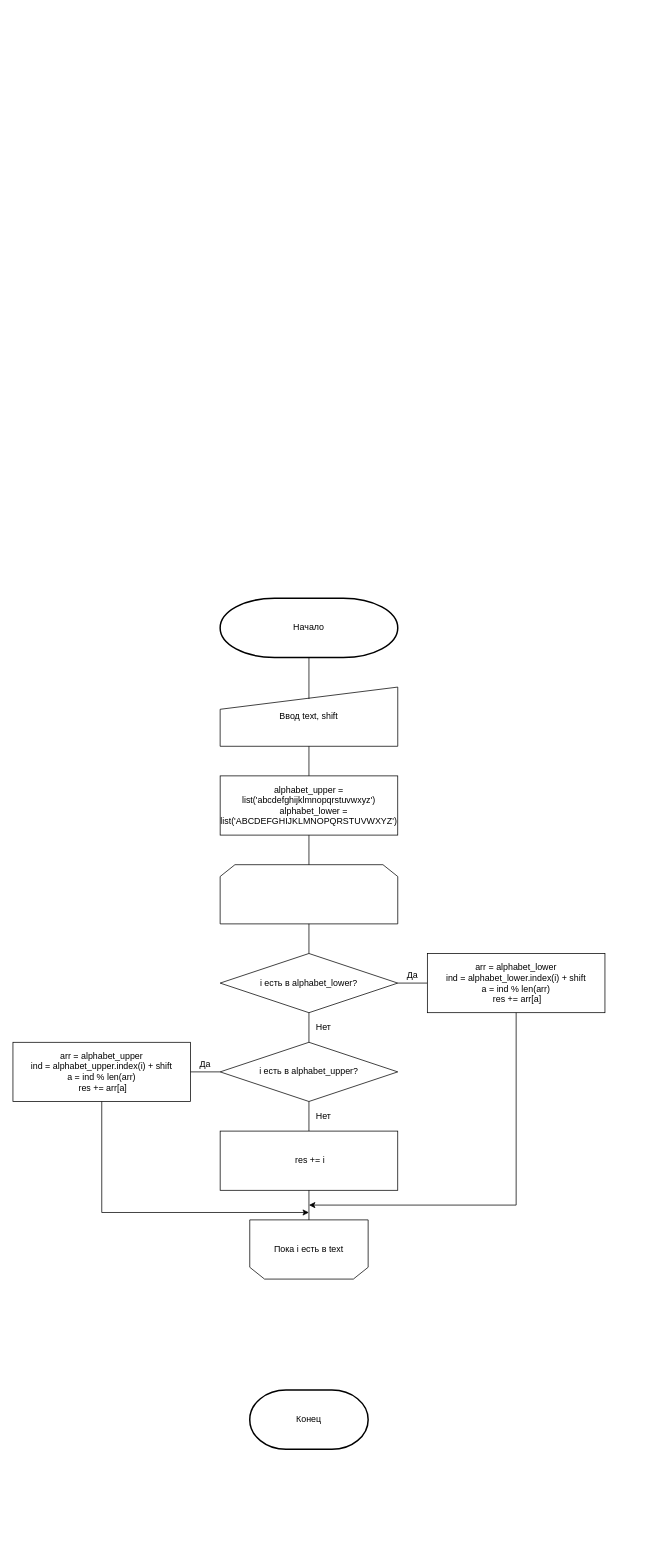
This is Untitled Diagram.drawio from AdepteXiao/education, a draw.io file, before an edit. Source tidied: cells renumbered, new cells numbered last; positions are measured from the earlier drawing's top-left corner, leaving out a move shared by most shapes. Both pictures are drawn from the tidied source at 74%, with x=0, y=0 at pixel (13, 598).
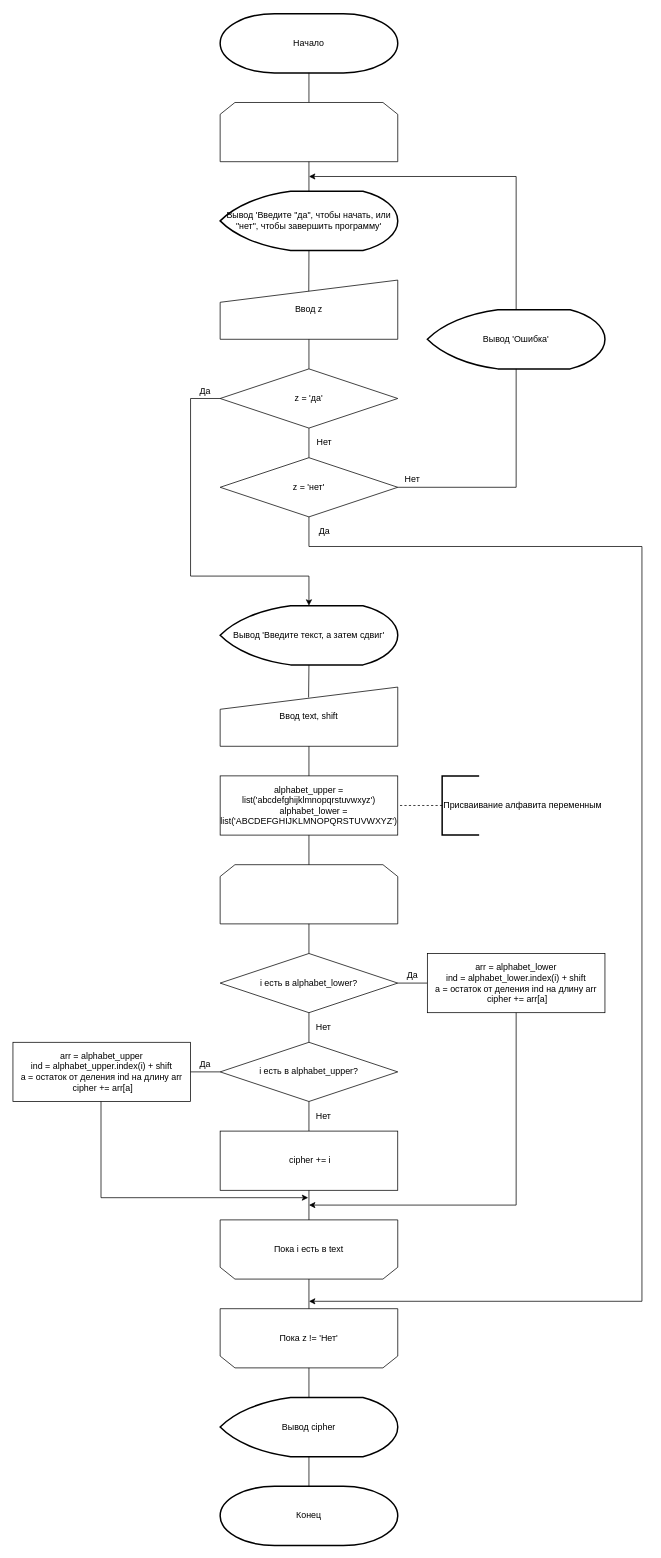
Above is the later version.

Unchanged cells that the change refers to:
```xml
<mxCell id="4" value="Ввод text, shift" style="shape=manualInput;whiteSpace=wrap;html=1;" parent="1" vertex="1">
  <mxGeometry x="280" y="120" width="240" height="80" as="geometry" />
</mxCell>
<mxCell id="11" value="i есть в alphabet_lower?" style="rhombus;whiteSpace=wrap;html=1;" parent="1" vertex="1">
  <mxGeometry x="280" y="480" width="240" height="80" as="geometry" />
</mxCell>
<mxCell id="12" value="i есть в alphabet_upper?" style="rhombus;whiteSpace=wrap;html=1;" parent="1" vertex="1">
  <mxGeometry x="280" y="600" width="240" height="80" as="geometry" />
</mxCell>
```

What changed in the source:
```diff
@@
     <mxCell id="2" value="Начало" style="strokeWidth=2;html=1;shape=mxgraph.flowchart.terminator;whiteSpace=wrap;" parent="1" vertex="1">
-      <mxGeometry x="280" width="240" height="80" as="geometry" />
+      <mxGeometry x="280" y="-790" width="240" height="80" as="geometry" />
     </mxCell>
     <mxCell id="3" value="Конец" style="strokeWidth=2;html=1;shape=mxgraph.flowchart.terminator;whiteSpace=wrap;" parent="1" vertex="1">
-      <mxGeometry x="320" y="1070" width="160" height="80" as="geometry" />
+      <mxGeometry x="280" y="1200" width="240" height="80" as="geometry" />
     </mxCell>
@@
     <mxCell id="5" style="endArrow=none;html=1;entryX=0.5;entryY=1;entryDx=0;entryDy=0;entryPerimeter=0;" parent="1" edge="1" target="2">
       <mxGeometry relative="1" as="geometry">
-        <mxPoint x="400" y="136" as="sourcePoint" />
+        <mxPoint x="400" y="-670" as="sourcePoint" />
       </mxGeometry>
     </mxCell>
@@
     <mxCell id="7" value="Пока i есть в text" style="shape=loopLimit;whiteSpace=wrap;html=1;flipH=0;flipV=1;" parent="1" vertex="1">
-      <mxGeometry x="320" y="840" width="160" height="80" as="geometry" />
+      <mxGeometry x="280" y="840" width="240" height="80" as="geometry" />
     </mxCell>
-    <mxCell id="8" style="endArrow=none;html=1;entryX=0.5;entryY=1;entryDx=0;entryDy=0;exitX=0.5;exitY=0;exitDx=0;exitDy=0;" parent="1" edge="1" source="10" target="4">
-      <mxGeometry relative="1" as="geometry" />
-    </mxCell>
@@
-    <mxCell id="10" value="&lt;div&gt;alphabet_upper = list('abcdefghijklmnopqrstuvwxyz')&lt;/div&gt;&lt;div&gt;&amp;nbsp; &amp;nbsp; alphabet_lower = list('ABCDEFGHIJKLMNOPQRSTUVWXYZ')&lt;/div&gt;" style="rounded=0;whiteSpace=wrap;html=1;" parent="1" vertex="1">
+    <mxCell id="10" value="&lt;div&gt;alphabet_upper = list('abcdefghijklmnopqrstuvwxyz')&lt;/div&gt;&lt;div&gt;&amp;nbsp; &amp;nbsp; alphabet_lower = list('ABCDEFGHIJKLMNOPQRSTUVWXYZ')&lt;/div&gt;" style="whiteSpace=wrap;html=1;" parent="1" vertex="1">
       <mxGeometry x="280" y="240" width="240" height="80" as="geometry" />
     </mxCell>
@@
-    <mxCell id="15" style="endArrow=none;html=1;entryX=1;entryY=0.5;entryDx=0;entryDy=0;exitX=0;exitY=0.5;exitDx=0;exitDy=0;" parent="1" edge="1" source="16" target="11">
-      <mxGeometry relative="1" as="geometry" />
+    <mxCell id="15" style="endArrow=none;html=1;entryX=1;entryY=0.5;entryDx=0;entryDy=0;exitX=0;exitY=0.5;exitDx=0;exitDy=0;" parent="1" edge="1" target="11">
+      <mxGeometry relative="1" as="geometry">
+        <mxPoint x="560" y="520" as="sourcePoint" />
+      </mxGeometry>
     </mxCell>
-    <mxCell id="16" value="arr = alphabet_lower&lt;br&gt;ind = alphabet_lower.index(i) + shift&lt;br&gt;a = ind % len(arr)&lt;br&gt;&amp;nbsp;res += arr[a]" style="rounded=0;whiteSpace=wrap;html=1;" parent="1" vertex="1">
+    <mxCell id="16" value="arr = alphabet_lower&lt;br&gt;ind = alphabet_lower.index(i) + shift&lt;br&gt;a = остаток от деления ind на длину arr&lt;br&gt;&amp;nbsp;cipher += arr[a]" style="whiteSpace=wrap;html=1;" parent="1" vertex="1">
       <mxGeometry x="560" y="480" width="240" height="80" as="geometry" />
     </mxCell>
-    <mxCell id="17" value="&lt;span&gt;arr = alphabet_upper&lt;/span&gt;&lt;br&gt;&lt;span&gt;ind = alphabet_upper.index(i) + shift&lt;/span&gt;&lt;br&gt;&lt;span&gt;a = ind % len(arr)&lt;/span&gt;&lt;br&gt;&lt;span&gt;&amp;nbsp;res += arr[a]&lt;/span&gt;" style="rounded=0;whiteSpace=wrap;html=1;" parent="1" vertex="1">
+    <mxCell id="17" value="&lt;span&gt;arr = alphabet_upper&lt;/span&gt;&lt;br&gt;&lt;span&gt;ind = alphabet_upper.index(i) + shift&lt;/span&gt;&lt;br&gt;&lt;span&gt;a = остаток от деления ind на длину arr&lt;/span&gt;&lt;br&gt;&lt;span&gt;&amp;nbsp;cipher += arr[a]&lt;/span&gt;" style="whiteSpace=wrap;html=1;" parent="1" vertex="1">
       <mxGeometry y="600" width="240" height="80" as="geometry" />
     </mxCell>
-    <mxCell id="18" style="endArrow=none;html=1;entryX=0.5;entryY=1;entryDx=0;entryDy=0;" parent="1" edge="1" target="16">
+    <mxCell id="18" style="endArrow=none;html=1;entryX=0.5;entryY=1;entryDx=0;entryDy=0;" parent="1" edge="1">
       <mxGeometry relative="1" as="geometry">
         <mxPoint x="680" y="820" as="sourcePoint" />
+        <mxPoint x="680" y="560" as="targetPoint" />
       </mxGeometry>
     </mxCell>
-    <mxCell id="19" style="endArrow=none;html=1;entryX=0;entryY=0.5;entryDx=0;entryDy=0;exitX=1;exitY=0.5;exitDx=0;exitDy=0;" parent="1" edge="1" source="17" target="12">
-      <mxGeometry relative="1" as="geometry" />
+    <mxCell id="19" style="endArrow=none;html=1;entryX=0;entryY=0.5;entryDx=0;entryDy=0;exitX=1;exitY=0.5;exitDx=0;exitDy=0;" parent="1" edge="1" target="12">
+      <mxGeometry relative="1" as="geometry">
+        <mxPoint x="240" y="640" as="sourcePoint" />
+      </mxGeometry>
     </mxCell>
@@
-    <mxCell id="21" value="&lt;span&gt;&amp;nbsp;res += i&lt;/span&gt;" style="rounded=0;whiteSpace=wrap;html=1;" parent="1" vertex="1">
+    <mxCell id="21" value="&lt;span&gt;&amp;nbsp;cipher += i&lt;/span&gt;" style="whiteSpace=wrap;html=1;" parent="1" vertex="1">
       <mxGeometry x="280" y="720" width="240" height="80" as="geometry" />
     </mxCell>
@@
-    <mxCell id="23" style="endArrow=none;html=1;entryX=0.5;entryY=1;entryDx=0;entryDy=0;" parent="1" edge="1" target="17">
+    <mxCell id="23" style="endArrow=none;html=1;" parent="1" edge="1">
       <mxGeometry relative="1" as="geometry">
-        <mxPoint x="120" y="830" as="sourcePoint" />
+        <mxPoint x="119" y="810" as="sourcePoint" />
+        <mxPoint x="119" y="680" as="targetPoint" />
       </mxGeometry>
     </mxCell>
     <mxCell id="24" style="endArrow=classic;html=1;" parent="1" edge="1">
       <mxGeometry relative="1" as="geometry">
-        <mxPoint x="120" y="830" as="sourcePoint" />
-        <mxPoint x="400" y="830" as="targetPoint" />
+        <mxPoint x="119" y="810" as="sourcePoint" />
+        <mxPoint x="399" y="810" as="targetPoint" />
       </mxGeometry>
     </mxCell>
@@
-    <mxCell id="26" value="Да" style="text;html=1;strokeColor=none;fillColor=none;align=center;verticalAlign=middle;whiteSpace=wrap;rounded=0;" parent="1" vertex="1">
+    <mxCell id="26" value="Да" style="text;html=1;strokeColor=none;fillColor=none;align=center;verticalAlign=middle;whiteSpace=wrap;" parent="1" vertex="1">
       <mxGeometry x="520" y="500" width="40" height="20" as="geometry" />
     </mxCell>
-    <mxCell id="27" value="Да" style="text;html=1;strokeColor=none;fillColor=none;align=center;verticalAlign=middle;whiteSpace=wrap;rounded=0;" parent="1" vertex="1">
+    <mxCell id="27" value="Да" style="text;html=1;strokeColor=none;fillColor=none;align=center;verticalAlign=middle;whiteSpace=wrap;" parent="1" vertex="1">
       <mxGeometry x="240" y="620" width="40" height="20" as="geometry" />
     </mxCell>
-    <mxCell id="28" value="Нет" style="text;html=1;strokeColor=none;fillColor=none;align=center;verticalAlign=middle;whiteSpace=wrap;rounded=0;" parent="1" vertex="1">
+    <mxCell id="28" value="Нет" style="text;html=1;strokeColor=none;fillColor=none;align=center;verticalAlign=middle;whiteSpace=wrap;" parent="1" vertex="1">
       <mxGeometry x="400" y="570" width="40" height="20" as="geometry" />
     </mxCell>
-    <mxCell id="29" value="Нет" style="text;html=1;strokeColor=none;fillColor=none;align=center;verticalAlign=middle;whiteSpace=wrap;rounded=0;" parent="1" vertex="1">
+    <mxCell id="29" value="Нет" style="text;html=1;strokeColor=none;fillColor=none;align=center;verticalAlign=middle;whiteSpace=wrap;" parent="1" vertex="1">
       <mxGeometry x="400" y="690" width="40" height="20" as="geometry" />
     </mxCell>
+    <mxCell id="30" style="shape=loopLimit;whiteSpace=wrap;html=1;" parent="1" vertex="1">
+      <mxGeometry x="280" y="-670" width="240" height="80" as="geometry" />
+    </mxCell>
+    <mxCell id="31" style="endArrow=none;html=1;entryX=0.498;entryY=0.175;entryDx=0;entryDy=0;entryPerimeter=0;" parent="1" edge="1" target="4">
+      <mxGeometry relative="1" as="geometry">
+        <mxPoint x="400" y="90" as="sourcePoint" />
+      </mxGeometry>
+    </mxCell>
+    <mxCell id="8" style="endArrow=none;html=1;entryX=0.5;entryY=1;entryDx=0;entryDy=0;exitX=0.5;exitY=0;exitDx=0;exitDy=0;" parent="1" edge="1" source="10" target="4">
+      <mxGeometry relative="1" as="geometry" />
+    </mxCell>
+    <mxCell id="32" value="Вывод cipher" style="strokeWidth=2;html=1;shape=mxgraph.flowchart.display;whiteSpace=wrap;" parent="1" vertex="1">
+      <mxGeometry x="280" y="1080" width="240" height="80" as="geometry" />
+    </mxCell>
+    <mxCell id="33" value="Пока z != 'Нет'" style="shape=loopLimit;whiteSpace=wrap;html=1;flipH=0;flipV=1;" parent="1" vertex="1">
+      <mxGeometry x="280" y="960" width="240" height="80" as="geometry" />
+    </mxCell>
+    <mxCell id="34" style="endArrow=none;html=1;entryX=0.5;entryY=1;entryDx=0;entryDy=0;exitX=0.5;exitY=0;exitDx=0;exitDy=0;" parent="1" edge="1" source="33" target="7">
+      <mxGeometry relative="1" as="geometry" />
+    </mxCell>
+    <mxCell id="35" style="endArrow=none;html=1;exitX=0.5;exitY=1;exitDx=0;exitDy=0;entryX=0.5;entryY=0;entryDx=0;entryDy=0;entryPerimeter=0;" parent="1" edge="1" source="33" target="32">
+      <mxGeometry relative="1" as="geometry" />
+    </mxCell>
+    <mxCell id="36" style="endArrow=none;html=1;entryX=0.5;entryY=1;entryDx=0;entryDy=0;entryPerimeter=0;exitX=0.5;exitY=0;exitDx=0;exitDy=0;exitPerimeter=0;" parent="1" edge="1" source="3" target="32">
+      <mxGeometry relative="1" as="geometry" />
+    </mxCell>
+    <mxCell id="37" value="Вывод 'Введите &quot;да&quot;, чтобы начать, или &quot;нет&quot;, чтобы завершить программу'" style="strokeWidth=2;html=1;shape=mxgraph.flowchart.display;whiteSpace=wrap;" parent="1" vertex="1">
+      <mxGeometry x="280" y="-550" width="240" height="80" as="geometry" />
+    </mxCell>
+    <mxCell id="38" style="endArrow=none;html=1;exitX=0.5;exitY=1;exitDx=0;exitDy=0;" parent="1" edge="1" source="30">
+      <mxGeometry relative="1" as="geometry">
+        <mxPoint x="400" y="-550" as="targetPoint" />
+      </mxGeometry>
+    </mxCell>
+    <mxCell id="39" value="z = 'да'" style="rhombus;whiteSpace=wrap;html=1;" parent="1" vertex="1">
+      <mxGeometry x="280" y="-310" width="240" height="80" as="geometry" />
+    </mxCell>
+    <mxCell id="40" style="endArrow=none;html=1;entryX=0.5;entryY=1;entryDx=0;entryDy=0;entryPerimeter=0;exitX=0.499;exitY=0.215;exitDx=0;exitDy=0;exitPerimeter=0;" parent="1" edge="1" source="43" target="37">
+      <mxGeometry relative="1" as="geometry" />
+    </mxCell>
+    <mxCell id="41" value="z = 'нет'" style="rhombus;whiteSpace=wrap;html=1;" parent="1" vertex="1">
+      <mxGeometry x="280" y="-190" width="240" height="80" as="geometry" />
+    </mxCell>
+    <mxCell id="42" style="endArrow=none;html=1;entryX=0.5;entryY=1;entryDx=0;entryDy=0;exitX=0.5;exitY=0;exitDx=0;exitDy=0;" parent="1" edge="1" source="41" target="39">
+      <mxGeometry relative="1" as="geometry" />
+    </mxCell>
+    <mxCell id="43" value="Ввод z" style="shape=manualInput;whiteSpace=wrap;html=1;" parent="1" vertex="1">
+      <mxGeometry x="280" y="-430" width="240" height="80" as="geometry" />
+    </mxCell>
+    <mxCell id="44" style="endArrow=none;html=1;entryX=0.5;entryY=1;entryDx=0;entryDy=0;exitX=0.5;exitY=0;exitDx=0;exitDy=0;" parent="1" edge="1" source="39" target="43">
+      <mxGeometry relative="1" as="geometry" />
+    </mxCell>
+    <mxCell id="45" value="Вывод 'Ошибка'" style="strokeWidth=2;html=1;shape=mxgraph.flowchart.display;whiteSpace=wrap;" parent="1" vertex="1">
+      <mxGeometry x="560" y="-390" width="240" height="80" as="geometry" />
+    </mxCell>
+    <mxCell id="46" style="endArrow=none;html=1;entryX=0.5;entryY=1;entryDx=0;entryDy=0;entryPerimeter=0;" parent="1" edge="1" target="45">
+      <mxGeometry relative="1" as="geometry">
+        <mxPoint x="680" y="-150" as="sourcePoint" />
+      </mxGeometry>
+    </mxCell>
+    <mxCell id="47" style="endArrow=none;html=1;exitX=1;exitY=0.5;exitDx=0;exitDy=0;" parent="1" edge="1" source="41">
+      <mxGeometry relative="1" as="geometry">
+        <mxPoint x="680" y="-150" as="targetPoint" />
+      </mxGeometry>
+    </mxCell>
+    <mxCell id="48" style="endArrow=classic;html=1;" parent="1" edge="1">
+      <mxGeometry relative="1" as="geometry">
+        <mxPoint x="680" y="-570" as="sourcePoint" />
+        <mxPoint x="400" y="-570" as="targetPoint" />
+      </mxGeometry>
+    </mxCell>
+    <mxCell id="49" style="endArrow=none;html=1;exitX=0.5;exitY=0;exitDx=0;exitDy=0;exitPerimeter=0;" parent="1" edge="1" source="45">
+      <mxGeometry relative="1" as="geometry">
+        <mxPoint x="680" y="-570" as="targetPoint" />
+      </mxGeometry>
+    </mxCell>
+    <mxCell id="50" style="endArrow=none;html=1;entryX=0.5;entryY=1;entryDx=0;entryDy=0;" parent="1" edge="1" target="41">
+      <mxGeometry relative="1" as="geometry">
+        <mxPoint x="400" y="-70" as="sourcePoint" />
+      </mxGeometry>
+    </mxCell>
+    <mxCell id="51" style="endArrow=none;html=1;" parent="1" edge="1">
+      <mxGeometry relative="1" as="geometry">
+        <mxPoint x="850" y="-70" as="sourcePoint" />
+        <mxPoint x="400" y="-70" as="targetPoint" />
+      </mxGeometry>
+    </mxCell>
+    <mxCell id="52" value="Вывод 'Введите текст, а затем сдвиг'" style="strokeWidth=2;html=1;shape=mxgraph.flowchart.display;whiteSpace=wrap;" parent="1" vertex="1">
+      <mxGeometry x="280" y="10" width="240" height="80" as="geometry" />
+    </mxCell>
+    <mxCell id="53" style="endArrow=none;html=1;entryX=0;entryY=0.5;entryDx=0;entryDy=0;" parent="1" edge="1" target="39">
+      <mxGeometry relative="1" as="geometry">
+        <mxPoint x="240" y="-270" as="sourcePoint" />
+      </mxGeometry>
+    </mxCell>
+    <mxCell id="54" style="endArrow=none;html=1;" parent="1" edge="1">
+      <mxGeometry relative="1" as="geometry">
+        <mxPoint x="240" y="-30" as="sourcePoint" />
+        <mxPoint x="240" y="-270" as="targetPoint" />
+      </mxGeometry>
+    </mxCell>
+    <mxCell id="55" style="endArrow=none;html=1;" parent="1" edge="1">
+      <mxGeometry relative="1" as="geometry">
+        <mxPoint x="240" y="-30" as="sourcePoint" />
+        <mxPoint x="400" y="-30" as="targetPoint" />
+      </mxGeometry>
+    </mxCell>
+    <mxCell id="56" style="endArrow=classic;html=1;entryX=0.5;entryY=0;entryDx=0;entryDy=0;entryPerimeter=0;" parent="1" edge="1" target="52">
+      <mxGeometry relative="1" as="geometry">
+        <mxPoint x="400" y="-30" as="sourcePoint" />
+      </mxGeometry>
+    </mxCell>
+    <mxCell id="57" value="Да" style="text;html=1;strokeColor=none;fillColor=none;align=center;verticalAlign=middle;whiteSpace=wrap;rounded=0;" parent="1" vertex="1">
+      <mxGeometry x="240" y="-290" width="40" height="20" as="geometry" />
+    </mxCell>
+    <mxCell id="58" value="Нет" style="text;html=1;strokeColor=none;fillColor=none;align=center;verticalAlign=middle;whiteSpace=wrap;rounded=0;" parent="1" vertex="1">
+      <mxGeometry x="401" y="-220" width="40" height="20" as="geometry" />
+    </mxCell>
+    <mxCell id="59" value="Нет" style="text;html=1;strokeColor=none;fillColor=none;align=center;verticalAlign=middle;whiteSpace=wrap;rounded=0;" parent="1" vertex="1">
+      <mxGeometry x="520" y="-170" width="40" height="20" as="geometry" />
+    </mxCell>
+    <mxCell id="60" value="Да" style="text;html=1;strokeColor=none;fillColor=none;align=center;verticalAlign=middle;whiteSpace=wrap;rounded=0;" parent="1" vertex="1">
+      <mxGeometry x="401" y="-100" width="40" height="20" as="geometry" />
+    </mxCell>
+    <mxCell id="61" style="endArrow=none;html=1;" parent="1" edge="1">
+      <mxGeometry relative="1" as="geometry">
+        <mxPoint x="850" y="950" as="sourcePoint" />
+        <mxPoint x="850" y="-70" as="targetPoint" />
+      </mxGeometry>
+    </mxCell>
+    <mxCell id="62" style="endArrow=classic;html=1;" parent="1" edge="1">
+      <mxGeometry relative="1" as="geometry">
+        <mxPoint x="850" y="950" as="sourcePoint" />
+        <mxPoint x="400" y="950" as="targetPoint" />
+      </mxGeometry>
+    </mxCell>
+    <mxCell id="63" value="Присваивание алфавита переменным" style="strokeWidth=2;html=1;shape=mxgraph.flowchart.annotation_1;align=left;" parent="1" vertex="1">
+      <mxGeometry x="580" y="240" width="50" height="80" as="geometry" />
+    </mxCell>
+    <mxCell id="64" style="endArrow=none;dashed=1;html=1;entryX=1;entryY=0.5;entryDx=0;entryDy=0;exitX=0;exitY=0.5;exitDx=0;exitDy=0;exitPerimeter=0;" parent="1" edge="1" source="63" target="10">
+      <mxGeometry relative="1" as="geometry" />
+    </mxCell>
```
